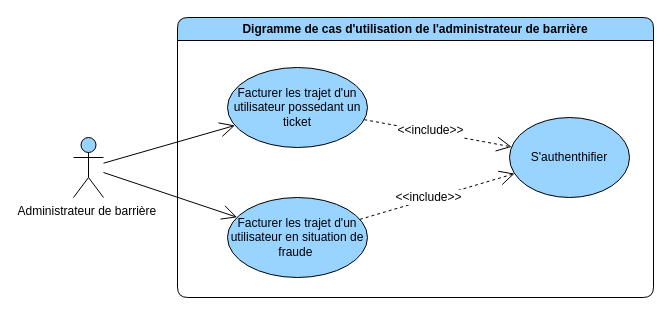
Earlier version of the draw.io diagram page "general" (1 of 2) of diagrams/use-case/administrateur-de-barriere.drawio (devlotfi/peage-pay). Source tidied: cells renumbered, new cells numbered last; positions are measured from the earlier drawing's top-left corner, leaving out a move shared by most shapes. Both pictures are drawn from the tidied source at 100%, with x=0, y=0 at pixel (73, 17).
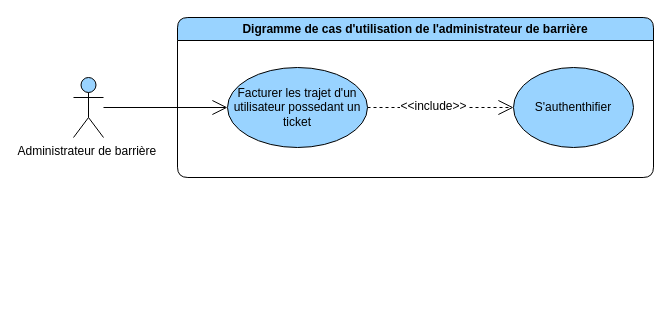
After the change.

Diff of the diagram source:
```diff
@@
 <mxGraphModel>
   <root>
     <mxCell id="0" />
     <mxCell id="1" parent="0" />
     <mxCell id="2" value="Digramme de cas d'utilisation de l'administrateur de&amp;nbsp;barrière" style="swimlane;whiteSpace=wrap;html=1;rounded=1;fillColor=#99D3FF;" parent="1" vertex="1">
-      <mxGeometry x="104" width="476" height="280" as="geometry" />
+      <mxGeometry x="104" width="476" height="160" as="geometry" />
     </mxCell>
     <mxCell id="3" style="edgeStyle=none;rounded=0;jettySize=auto;html=1;strokeColor=default;align=center;verticalAlign=middle;fontFamily=Helvetica;fontSize=12;fontColor=default;labelBackgroundColor=default;startSize=6;endArrow=open;endFill=0;endSize=13;dashed=1;" parent="2" edge="1" source="5" target="6">
       <mxGeometry relative="1" as="geometry" />
     </mxCell>
     <mxCell id="4" value="&amp;lt;&amp;lt;include&amp;gt;&amp;gt;" style="edgeLabel;html=1;align=center;verticalAlign=middle;strokeColor=default;fontFamily=Helvetica;fontSize=12;fontColor=default;labelBackgroundColor=default;fillColor=#99D3FF;" parent="3" vertex="1">
       <mxGeometry x="-0.11" y="2" relative="1" as="geometry" />
     </mxCell>
     <mxCell id="5" value="Facturer les trajet d'un utilisateur possedant un ticket" style="ellipse;whiteSpace=wrap;html=1;strokeColor=default;align=center;verticalAlign=middle;fontFamily=Helvetica;fontSize=12;fontColor=default;fillColor=#99D3FF;" parent="2" vertex="1">
       <mxGeometry x="50" y="50" width="140" height="80" as="geometry" />
     </mxCell>
     <mxCell id="6" value="S'authenthifier" style="ellipse;whiteSpace=wrap;html=1;strokeColor=default;align=center;verticalAlign=middle;fontFamily=Helvetica;fontSize=12;fontColor=default;fillColor=#99D3FF;" parent="2" vertex="1">
-      <mxGeometry x="332" y="100" width="120" height="80" as="geometry" />
+      <mxGeometry x="336" y="50" width="120" height="80" as="geometry" />
     </mxCell>
-    <mxCell id="7" value="Facturer les trajet d'un utilisateur en situation de fraude&lt;b&gt;&amp;nbsp;&lt;/b&gt;" style="ellipse;whiteSpace=wrap;html=1;strokeColor=default;align=center;verticalAlign=middle;fontFamily=Helvetica;fontSize=12;fontColor=default;fillColor=#99D3FF;" parent="2" vertex="1">
-      <mxGeometry x="50" y="180" width="140" height="80" as="geometry" />
-    </mxCell>
-    <mxCell id="8" style="edgeStyle=none;rounded=0;jettySize=auto;html=1;strokeColor=default;align=center;verticalAlign=middle;fontFamily=Helvetica;fontSize=12;fontColor=default;labelBackgroundColor=default;startSize=6;endArrow=open;endFill=0;endSize=13;dashed=1;" parent="2" edge="1" source="7" target="6">
-      <mxGeometry relative="1" as="geometry" />
-    </mxCell>
-    <mxCell id="9" value="&amp;lt;&amp;lt;include&amp;gt;&amp;gt;" style="edgeLabel;html=1;align=center;verticalAlign=middle;strokeColor=default;fontFamily=Helvetica;fontSize=12;fontColor=default;labelBackgroundColor=default;fillColor=#99D3FF;" parent="8" vertex="1">
-      <mxGeometry x="-0.11" y="2" relative="1" as="geometry" />
-    </mxCell>
     <mxCell id="10" style="rounded=0;jettySize=auto;html=1;fontFamily=Helvetica;fontSize=12;fontColor=default;endArrow=open;endFill=0;startSize=6;endSize=13;" parent="1" edge="1" source="11" target="5">
       <mxGeometry relative="1" as="geometry" />
     </mxCell>
     <mxCell id="11" value="Administrateur&amp;nbsp;de&amp;nbsp;barrière&lt;span style=&quot;font-weight: bold;&quot;&gt;&amp;nbsp;&lt;/span&gt;" style="shape=umlActor;verticalLabelPosition=bottom;verticalAlign=top;html=1;outlineConnect=0;strokeColor=default;align=center;fontFamily=Helvetica;fontSize=12;fontColor=default;fillColor=#99D3FF;" parent="1" vertex="1">
-      <mxGeometry y="120" width="30" height="60" as="geometry" />
+      <mxGeometry y="60" width="30" height="60" as="geometry" />
     </mxCell>
-    <mxCell id="12" style="rounded=0;jettySize=auto;html=1;fontFamily=Helvetica;fontSize=12;fontColor=default;endArrow=open;endFill=0;startSize=6;endSize=13;" parent="1" edge="1" source="11" target="7">
-      <mxGeometry relative="1" as="geometry" />
-    </mxCell>
   </root>
 </mxGraphModel>
```
